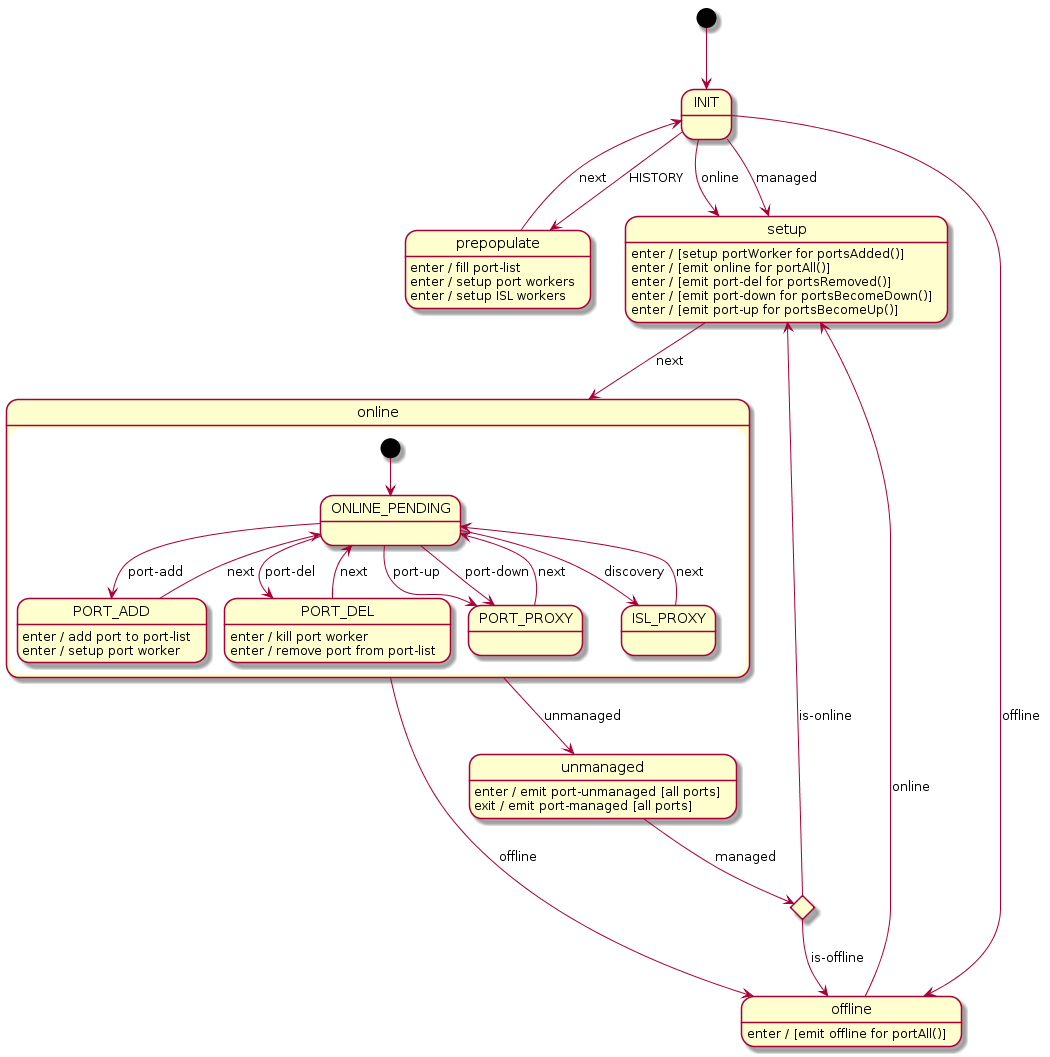
jangwonpark74/open-kilda keeps this PlantUML diagram as docs/design/network-discovery/switch-FSM.png. Above is the earlier version.
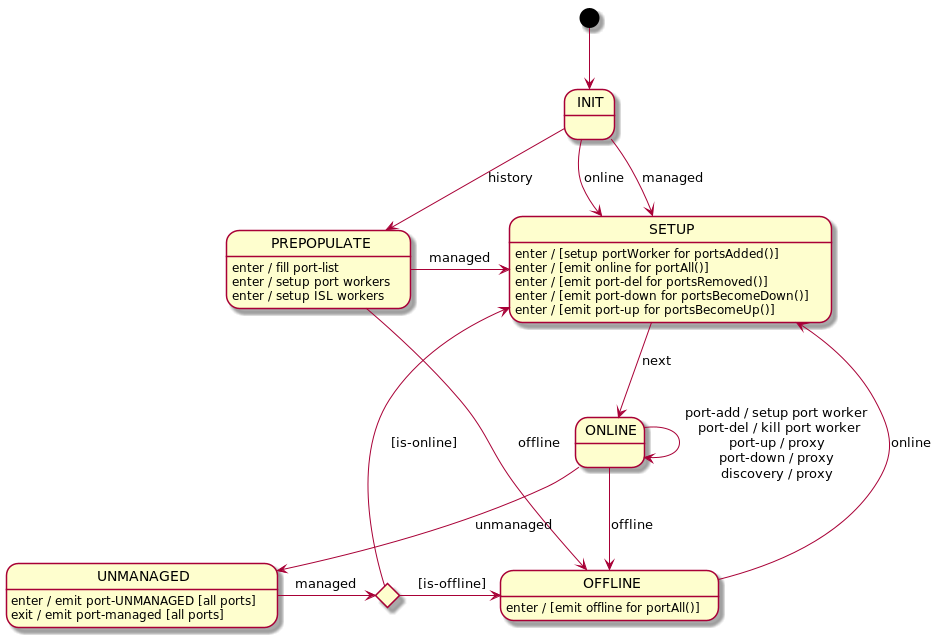
Later version of the same file.

The edit, as a diff of the source:
```diff
@@ -1,56 +1,36 @@
 @startuml
-[*] --> INIT
+[*] -down-> INIT
 
 state switchSync <<choice>>
 
-INIT --> prepopulate : HISTORY
-INIT --> setup : managed
-INIT --> setup : online
-INIT --> offline : offline
+INIT --> PREPOPULATE : history
+INIT --> SETUP : managed
+INIT --> SETUP : online
 
-prepopulate : enter / fill port-list
-prepopulate : enter / setup port workers
-prepopulate : enter / setup ISL workers
-prepopulate --> INIT : next
+PREPOPULATE : enter / fill port-list
+PREPOPULATE : enter / setup port workers
+PREPOPULATE : enter / setup ISL workers
+PREPOPULATE -> SETUP : managed
+PREPOPULATE --> OFFLINE : offline
 
-switchSync --> setup : is-online
-switchSync --> offline : is-offline
+switchSync -> SETUP : [is-online]
+switchSync -> OFFLINE : [is-offline]
 
-setup : enter / [setup portWorker for portsAdded()]
-setup : enter / [emit online for portAll()]
-setup : enter / [emit port-del for portsRemoved()]
-setup : enter / [emit port-down for portsBecomeDown()]
-setup : enter / [emit port-up for portsBecomeUp()]
-setup --> online : next
+SETUP : enter / [setup portWorker for portsAdded()]
+SETUP : enter / [emit online for portAll()]
+SETUP : enter / [emit port-del for portsRemoved()]
+SETUP : enter / [emit port-down for portsBecomeDown()]
+SETUP : enter / [emit port-up for portsBecomeUp()]
+SETUP --> ONLINE : next
 
-state online {
-    [*] --> ONLINE_PENDING
+ONLINE -> ONLINE : port-add / setup port worker\nport-del / kill port worker\nport-up / proxy\nport-down / proxy\ndiscovery / proxy
+ONLINE -> OFFLINE : offline
+ONLINE --> UNMANAGED : unmanaged
 
-    ONLINE_PENDING --> PORT_ADD : port-add
-    ONLINE_PENDING --> PORT_DEL : port-del
-    ONLINE_PENDING --> PORT_PROXY : port-up
-    ONLINE_PENDING --> PORT_PROXY : port-down
-    ONLINE_PENDING --> ISL_PROXY : discovery
+OFFLINE : enter / [emit offline for portAll()]
+OFFLINE --> SETUP : online
 
-    PORT_ADD : enter / add port to port-list
-    PORT_ADD : enter / setup port worker
-    PORT_ADD --> ONLINE_PENDING : next
-
-    PORT_DEL : enter / kill port worker
-    PORT_DEL : enter / remove port from port-list
-    PORT_DEL --> ONLINE_PENDING : next
-
-    PORT_PROXY --> ONLINE_PENDING : next
-    ISL_PROXY --> ONLINE_PENDING : next
-}
-online --> offline : offline
-online --> unmanaged : unmanaged
-
-offline : enter / [emit offline for portAll()]
-offline --> setup : online
-
-unmanaged : enter / emit port-unmanaged [all ports]
-unmanaged : exit / emit port-managed [all ports]
-unmanaged --> switchSync : managed
-
+UNMANAGED : enter / emit port-UNMANAGED [all ports]
+UNMANAGED : exit / emit port-managed [all ports]
+UNMANAGED -> switchSync : managed
 @enduml
```
